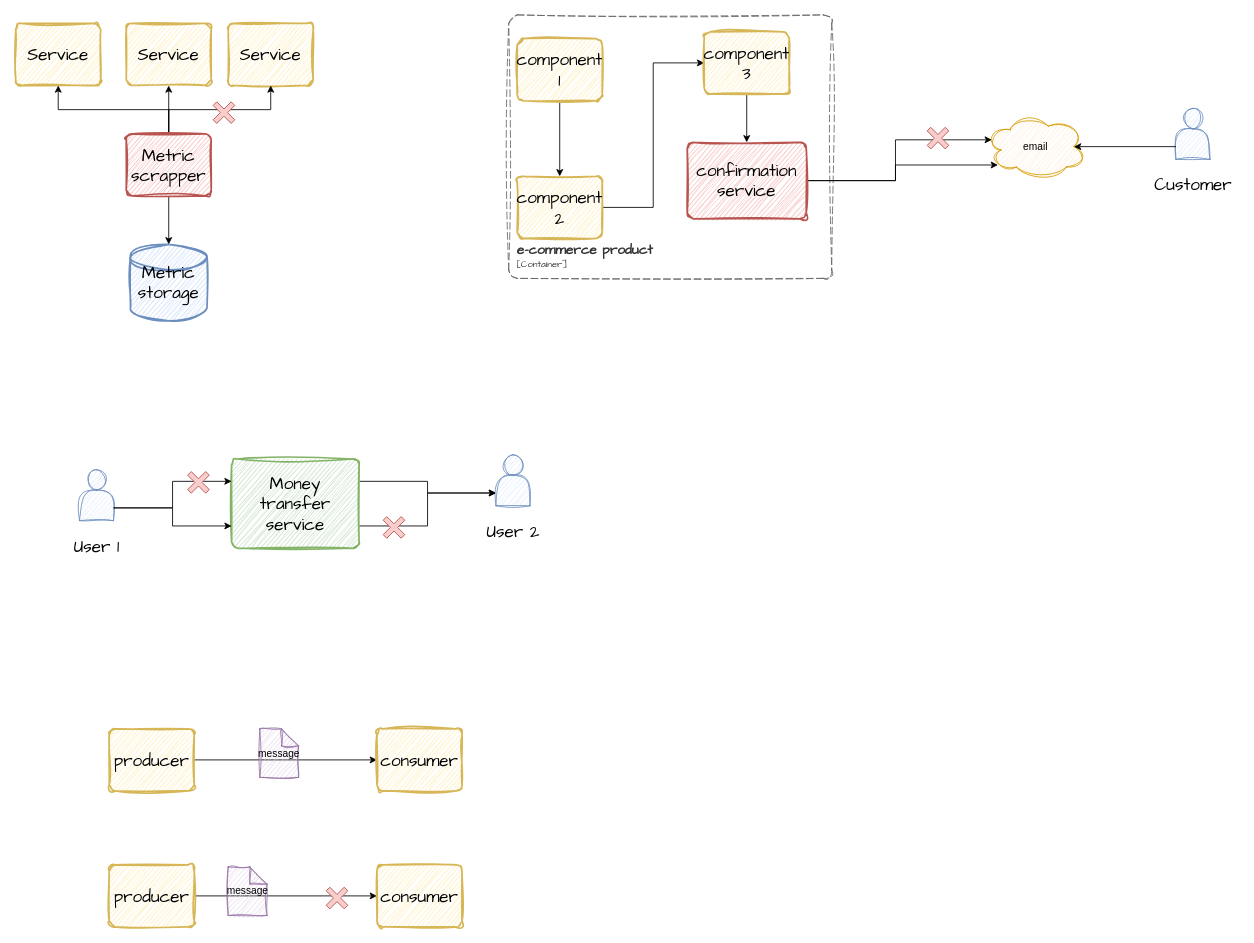
This is assets/diagrams/2023/delivery-semantics/delivery-semantics.drawio from nryanov/nryanov.github.io, a draw.io file, before an edit. Source tidied: cells renumbered, new cells numbered last; positions are measured from the earlier drawing's top-left corner, leaving out a move shared by most shapes. Both pictures are drawn from the tidied source at 85%, with x=0, y=0 at pixel (15, 14).
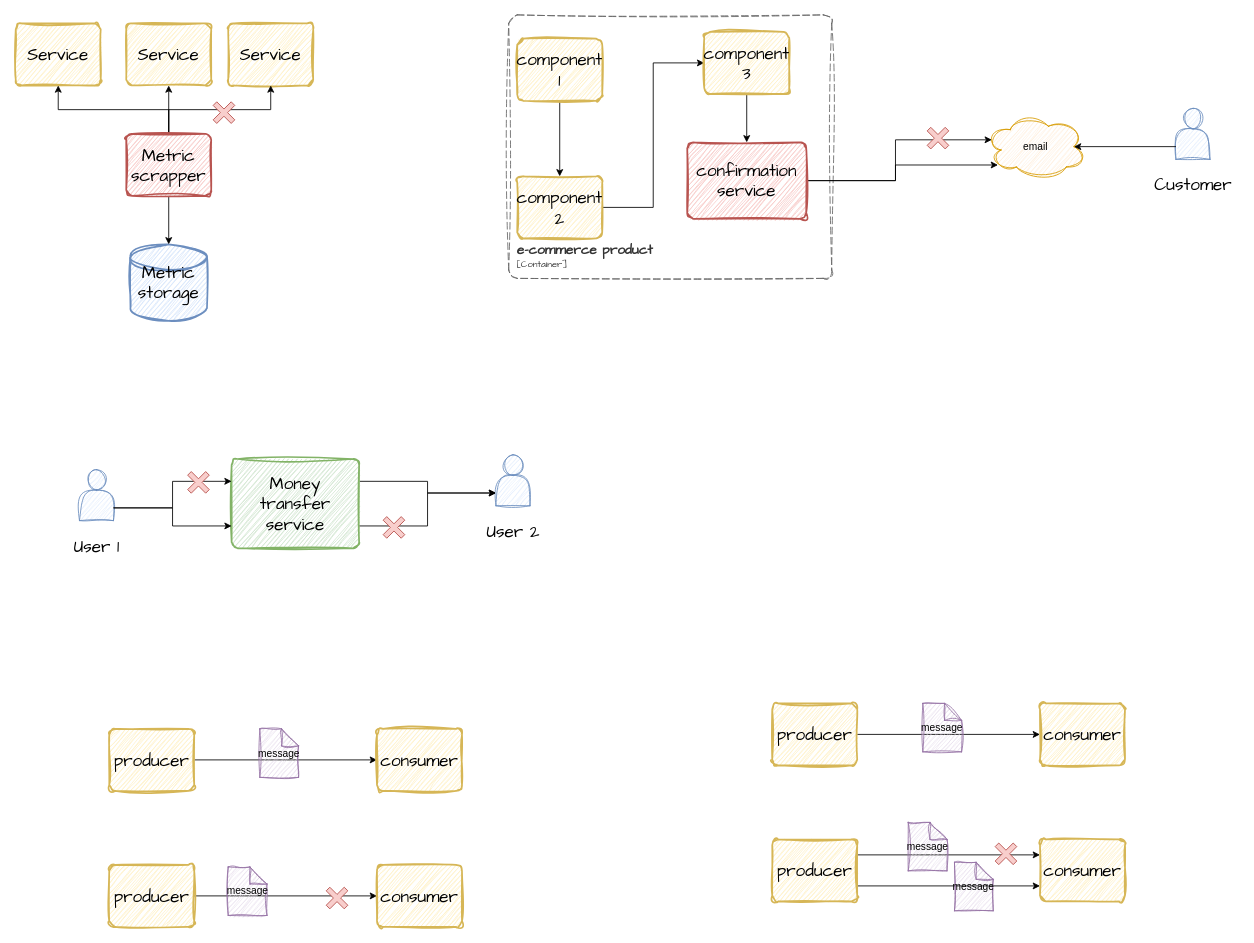
The same diagram, later.

What changed in the source:
```diff
@@
+    <mxCell id="50" style="edgeStyle=orthogonalEdgeStyle;rounded=0;jettySize=auto;html=1;exitX=1;exitY=0.5;exitDx=0;exitDy=0;entryX=0;entryY=0.5;entryDx=0;entryDy=0;" parent="1" edge="1" source="51" target="52">
+      <mxGeometry relative="1" as="geometry" />
+    </mxCell>
+    <mxCell id="51" value="producer" style="rounded=1;whiteSpace=wrap;html=1;absoluteArcSize=1;arcSize=14;strokeWidth=2;sketch=1;hachureGap=4;jiggle=2;curveFitting=1;fontFamily=Architects Daughter;fontSize=20;fillColor=#fff2cc;strokeColor=#d6b656;" parent="1" vertex="1">
+      <mxGeometry x="890" y="810" width="100" height="73" as="geometry" />
+    </mxCell>
+    <mxCell id="52" value="consumer" style="rounded=1;whiteSpace=wrap;html=1;absoluteArcSize=1;arcSize=14;strokeWidth=2;sketch=1;hachureGap=4;jiggle=2;curveFitting=1;fontFamily=Architects Daughter;fontSize=20;fillColor=#fff2cc;strokeColor=#d6b656;" parent="1" vertex="1">
+      <mxGeometry x="1205" y="810" width="100" height="73" as="geometry" />
+    </mxCell>
+    <mxCell id="53" value="message" style="shape=note;whiteSpace=wrap;html=1;backgroundOutline=1;darkOpacity=0.05;sketch=1;curveFitting=1;jiggle=2;fillColor=#e1d5e7;strokeColor=#9673a6;size=20;" parent="1" vertex="1">
+      <mxGeometry x="1067.2" y="810" width="45.6" height="57" as="geometry" />
+    </mxCell>
+    <mxCell id="54" style="edgeStyle=orthogonalEdgeStyle;rounded=0;jettySize=auto;html=1;exitX=1;exitY=0.25;exitDx=0;exitDy=0;entryX=0;entryY=0.25;entryDx=0;entryDy=0;" parent="1" edge="1" source="56" target="57">
+      <mxGeometry relative="1" as="geometry" />
+    </mxCell>
+    <mxCell id="55" style="edgeStyle=orthogonalEdgeStyle;rounded=0;jettySize=auto;html=1;exitX=1;exitY=0.75;exitDx=0;exitDy=0;entryX=0;entryY=0.75;entryDx=0;entryDy=0;" parent="1" edge="1" source="56" target="57">
+      <mxGeometry relative="1" as="geometry" />
+    </mxCell>
+    <mxCell id="56" value="producer" style="rounded=1;whiteSpace=wrap;html=1;absoluteArcSize=1;arcSize=14;strokeWidth=2;sketch=1;hachureGap=4;jiggle=2;curveFitting=1;fontFamily=Architects Daughter;fontSize=20;fillColor=#fff2cc;strokeColor=#d6b656;" parent="1" vertex="1">
+      <mxGeometry x="890" y="970" width="100" height="73" as="geometry" />
+    </mxCell>
+    <mxCell id="57" value="consumer" style="rounded=1;whiteSpace=wrap;html=1;absoluteArcSize=1;arcSize=14;strokeWidth=2;sketch=1;hachureGap=4;jiggle=2;curveFitting=1;fontFamily=Architects Daughter;fontSize=20;fillColor=#fff2cc;strokeColor=#d6b656;" parent="1" vertex="1">
+      <mxGeometry x="1205" y="970" width="100" height="73" as="geometry" />
+    </mxCell>
+    <mxCell id="58" value="message" style="shape=note;whiteSpace=wrap;html=1;backgroundOutline=1;darkOpacity=0.05;sketch=1;curveFitting=1;jiggle=2;fillColor=#e1d5e7;strokeColor=#9673a6;size=20;" parent="1" vertex="1">
+      <mxGeometry x="1050" y="950" width="45.6" height="57" as="geometry" />
+    </mxCell>
+    <mxCell id="59" style="shape=cross;whiteSpace=wrap;html=1;rotation=-45;fillColor=#f8cecc;strokeColor=#b85450;" parent="1" vertex="1">
+      <mxGeometry x="1150" y="972" width="30" height="30" as="geometry" />
+    </mxCell>
+    <mxCell id="60" value="message" style="shape=note;whiteSpace=wrap;html=1;backgroundOutline=1;darkOpacity=0.05;sketch=1;curveFitting=1;jiggle=2;fillColor=#e1d5e7;strokeColor=#9673a6;size=20;" parent="1" vertex="1">
+      <mxGeometry x="1104.4" y="997" width="45.6" height="57" as="geometry" />
+    </mxCell>
```
